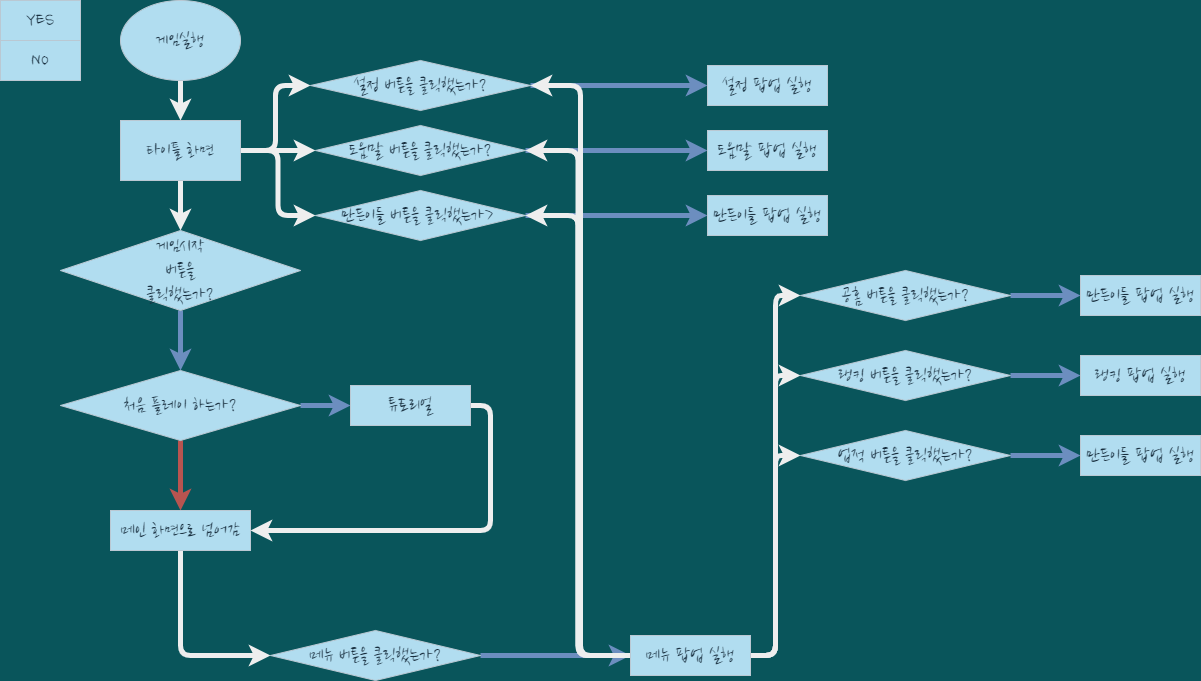
kinesis19/stac_project_SME keeps this draw.io diagram as gameplay_flowchat.drawio.png. Above is the earlier version. Source tidied: cells renumbered, new cells last; positions are measured from the earlier drawing's top-left corner, leaving out a move shared by most shapes.
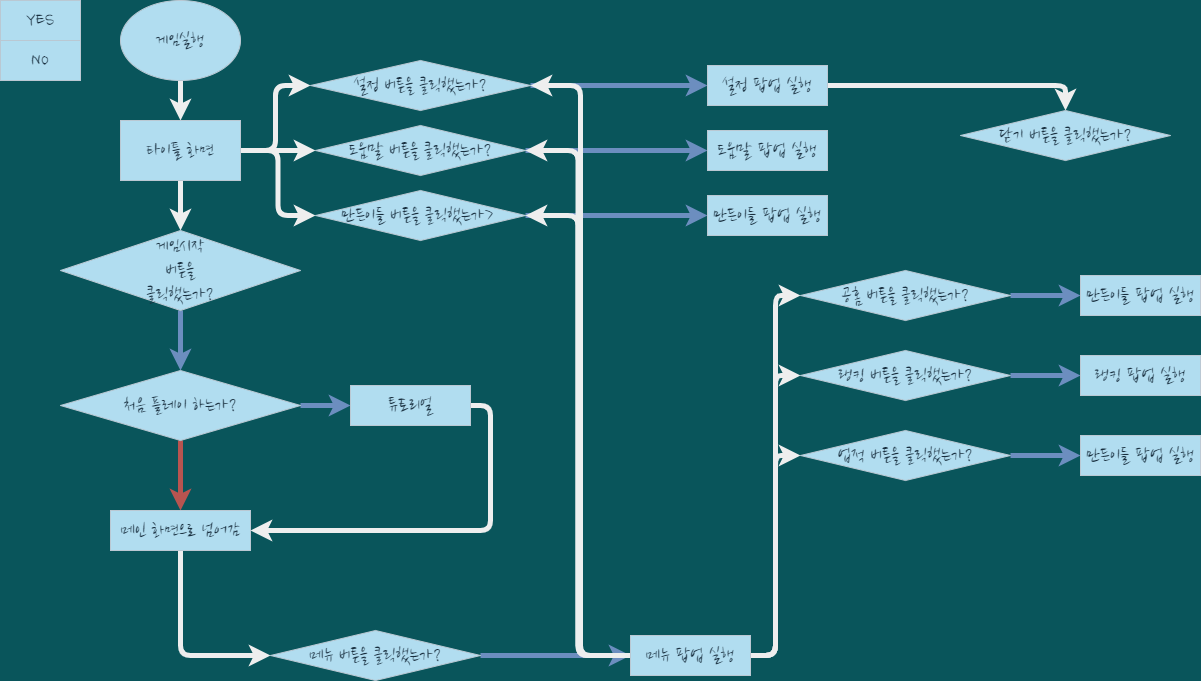
After the change.

The edit, as a diff of the source:
```diff
@@ -53,6 +53,9 @@
     <mxCell id="18" value="만든이들 버튼을 클릭했는가&amp;gt;&amp;nbsp;" style="rhombus;whiteSpace=wrap;html=1;rounded=0;sketch=0;fontFamily=Nanum Brush Script;fontSource=https%3A%2F%2Ffonts.googleapis.com%2Fcss%3Ffamily%3DNanum%2BBrush%2BScript;fontSize=20;fillColor=#B1DDF0;strokeColor=#BAC8D3;fontColor=#182E3E;" parent="1" vertex="1">
       <mxGeometry x="315" y="190" width="210" height="50" as="geometry" />
     </mxCell>
+    <mxCell id="47" style="edgeStyle=orthogonalEdgeStyle;curved=0;rounded=1;sketch=0;jettySize=auto;html=1;exitX=1;exitY=0.5;exitDx=0;exitDy=0;fontColor=#FFFFFF;strokeColor=#EEEEEE;strokeWidth=5;" parent="1" edge="1" source="19" target="48">
+      <mxGeometry relative="1" as="geometry" />
+    </mxCell>
     <mxCell id="19" value="설정 팝업 실행" style="rounded=0;whiteSpace=wrap;html=1;sketch=0;fontFamily=Nanum Brush Script;fontSource=https%3A%2F%2Ffonts.googleapis.com%2Fcss%3Ffamily%3DNanum%2BBrush%2BScript;fontSize=20;fillColor=#B1DDF0;strokeColor=#BAC8D3;fontColor=#182E3E;" parent="1" vertex="1">
       <mxGeometry x="707" y="65" width="120" height="40" as="geometry" />
     </mxCell>
@@ -143,5 +146,8 @@
     <mxCell id="46" value="만든이들 팝업 실행" style="rounded=0;whiteSpace=wrap;html=1;sketch=0;fontFamily=Nanum Brush Script;fontSource=https%3A%2F%2Ffonts.googleapis.com%2Fcss%3Ffamily%3DNanum%2BBrush%2BScript;fontSize=20;fillColor=#B1DDF0;strokeColor=#BAC8D3;fontColor=#182E3E;" parent="1" vertex="1">
       <mxGeometry x="1080" y="435" width="120" height="40" as="geometry" />
     </mxCell>
+    <mxCell id="48" value="닫기 버튼을 클릭했는가?" style="rhombus;whiteSpace=wrap;html=1;rounded=0;sketch=0;fontFamily=Nanum Brush Script;fontSource=https%3A%2F%2Ffonts.googleapis.com%2Fcss%3Ffamily%3DNanum%2BBrush%2BScript;fontSize=20;fillColor=#B1DDF0;strokeColor=#BAC8D3;fontColor=#182E3E;" parent="1" vertex="1">
+      <mxGeometry x="960" y="110" width="210" height="50" as="geometry" />
+    </mxCell>
   </root>
 </mxGraphModel>
```
